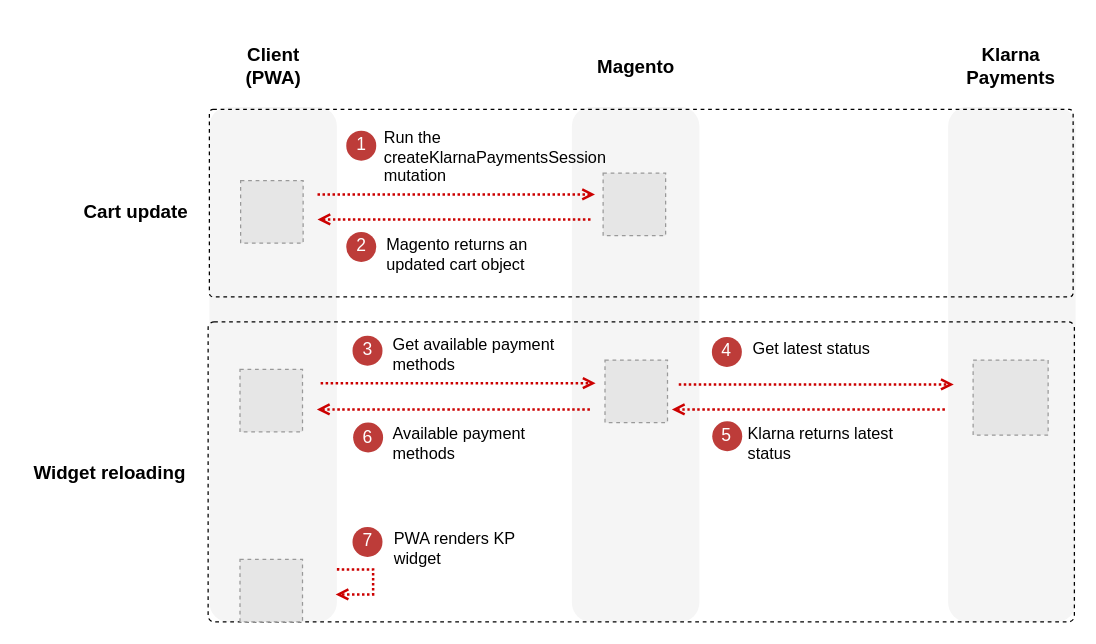
magento/devdocs keeps this draw.io diagram as src/guides/v2.4/graphql/images/klarna-payments-cart-updates.drawio. Above is the earlier version. Source tidied: cells renumbered, new cells numbered last; positions are measured from the earlier drawing's top-left corner, leaving out a move shared by most shapes. Both pictures are drawn from the tidied source at 125%, with x=0, y=0 at pixel (21, 21). Pictures stored in the file or linked from it are replaced by grey dashed boxes.
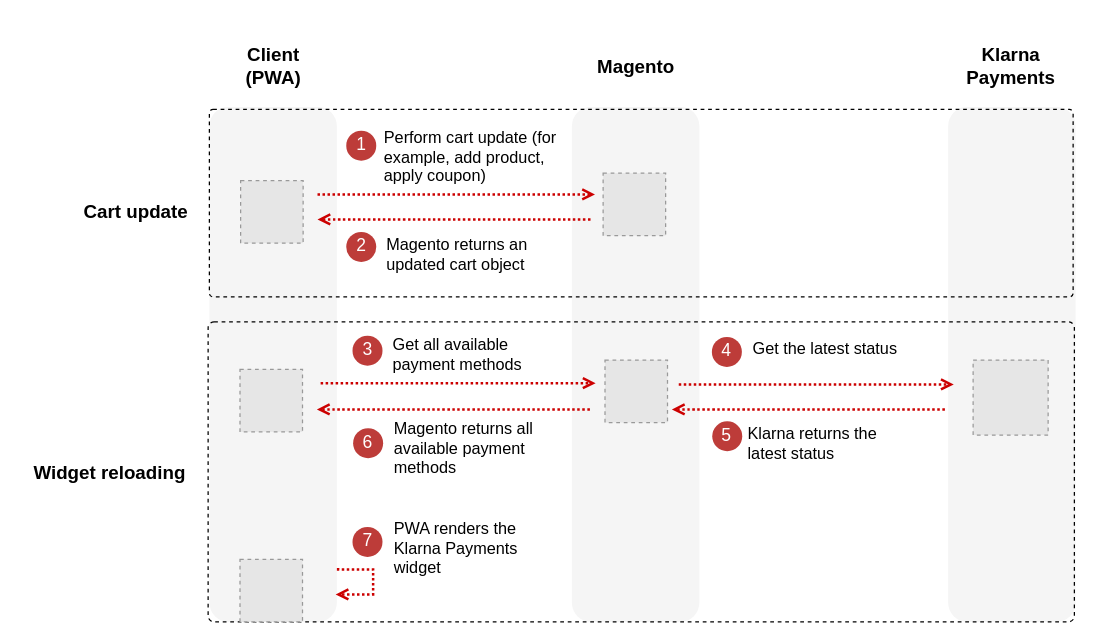
After the change.

Unchanged cells that the change refers to:
```xml
<mxCell id="8" style="group;" parent="7" vertex="1">
  <mxGeometry y="9" width="143" height="42" as="geometry" />
</mxCell>
<mxCell id="28" style="group;" parent="1" vertex="1">
  <mxGeometry x="264.5" y="245" width="171.5" height="42" as="geometry" />
</mxCell>
<mxCell id="43" style="group;" parent="1" vertex="1">
  <mxGeometry x="549" y="315.5" width="164" height="42" as="geometry" />
</mxCell>
```

What changed in the source:
```diff
@@
-    <mxCell id="10" value="&lt;p style=&quot;font-size: 13px&quot;&gt;PWA renders KP widget&lt;/p&gt;" style="text;html=1;strokeColor=none;fillColor=none;align=left;verticalAlign=middle;whiteSpace=wrap;rounded=0;fontFamily=Helvetica;fontSize=13;fontColor=#000000;spacing=0;labelPosition=center;verticalLabelPosition=middle;" parent="8" vertex="1">
+    <mxCell id="10" value="&lt;p style=&quot;font-size: 13px&quot;&gt;PWA renders the Klarna Payments&amp;nbsp; widget&lt;/p&gt;" style="text;html=1;strokeColor=none;fillColor=none;align=left;verticalAlign=middle;whiteSpace=wrap;rounded=0;fontFamily=Helvetica;fontSize=13;fontColor=#000000;spacing=0;labelPosition=center;verticalLabelPosition=middle;" parent="8" vertex="1">
       <mxGeometry x="33" width="110" height="42" as="geometry" />
     </mxCell>
@@
     <mxCell id="25" style="group;" parent="1" vertex="1">
-      <mxGeometry x="259.5" y="87" width="140" height="42" as="geometry" />
+      <mxGeometry x="259.5" y="87" width="180" height="42" as="geometry" />
     </mxCell>
-    <mxCell id="26" value="&lt;p style=&quot;font-size: 13px&quot;&gt;Run the&lt;br&gt;createKlarnaPaymentsSession mutation&lt;/p&gt;" style="text;html=1;strokeColor=none;fillColor=none;align=left;verticalAlign=middle;whiteSpace=wrap;rounded=0;fontFamily=Helvetica;fontSize=13;fontColor=#000000;spacing=0;labelPosition=center;verticalLabelPosition=middle;" parent="25" vertex="1">
-      <mxGeometry x="30" width="110" height="42" as="geometry" />
+    <mxCell id="26" value="&lt;p style=&quot;font-size: 13px&quot;&gt;Perform cart update (for example, add product, apply coupon)&lt;/p&gt;" style="text;html=1;strokeColor=none;fillColor=none;align=left;verticalAlign=middle;whiteSpace=wrap;rounded=0;fontFamily=Helvetica;fontSize=13;fontColor=#000000;spacing=0;labelPosition=center;verticalLabelPosition=middle;" parent="25" vertex="1">
+      <mxGeometry x="30" width="150" height="42" as="geometry" />
     </mxCell>
@@
-    <mxCell id="30" value="&lt;p style=&quot;font-size: 13px&quot;&gt;Get available payment methods&lt;/p&gt;" style="text;html=1;strokeColor=none;fillColor=none;align=left;verticalAlign=middle;whiteSpace=wrap;rounded=0;fontFamily=Helvetica;fontSize=13;fontColor=#000000;spacing=0;labelPosition=center;verticalLabelPosition=middle;" parent="28" vertex="1">
+    <mxCell id="30" value="&lt;p style=&quot;font-size: 13px&quot;&gt;Get all available payment methods&lt;/p&gt;" style="text;html=1;strokeColor=none;fillColor=none;align=left;verticalAlign=middle;whiteSpace=wrap;rounded=0;fontFamily=Helvetica;fontSize=13;fontColor=#000000;spacing=0;labelPosition=center;verticalLabelPosition=middle;" parent="28" vertex="1">
       <mxGeometry x="32.5" width="139" height="42" as="geometry" />
     </mxCell>
     <mxCell id="31" style="group;" parent="1" vertex="1">
-      <mxGeometry x="265" y="315.5" width="171" height="42" as="geometry" />
+      <mxGeometry x="265" y="320" width="175" height="42" as="geometry" />
     </mxCell>
@@
-    <mxCell id="33" value="&lt;p style=&quot;font-size: 13px&quot;&gt;Available payment methods&lt;/p&gt;" style="text;html=1;strokeColor=none;fillColor=none;align=left;verticalAlign=middle;whiteSpace=wrap;rounded=0;fontFamily=Helvetica;fontSize=13;fontColor=#000000;spacing=0;labelPosition=center;verticalLabelPosition=middle;" parent="31" vertex="1">
-      <mxGeometry x="32" width="139" height="42" as="geometry" />
+    <mxCell id="33" value="&lt;p style=&quot;font-size: 13px&quot;&gt;Magento returns all available payment methods&lt;/p&gt;" style="text;html=1;strokeColor=none;fillColor=none;align=left;verticalAlign=middle;whiteSpace=wrap;rounded=0;fontFamily=Helvetica;fontSize=13;fontColor=#000000;spacing=0;labelPosition=center;verticalLabelPosition=middle;" parent="31" vertex="1">
+      <mxGeometry x="32.7" width="142.3" height="42" as="geometry" />
     </mxCell>
@@
-    <mxCell id="42" value="&lt;p style=&quot;font-size: 13px&quot;&gt;Get latest status&lt;/p&gt;" style="text;html=1;strokeColor=none;fillColor=none;align=left;verticalAlign=middle;whiteSpace=wrap;rounded=0;fontFamily=Helvetica;fontSize=13;fontColor=#000000;spacing=0;labelPosition=center;verticalLabelPosition=middle;" parent="1" vertex="1">
+    <mxCell id="42" value="&lt;p style=&quot;font-size: 13px&quot;&gt;Get the latest status&lt;/p&gt;" style="text;html=1;strokeColor=none;fillColor=none;align=left;verticalAlign=middle;whiteSpace=wrap;rounded=0;fontFamily=Helvetica;fontSize=13;fontColor=#000000;spacing=0;labelPosition=center;verticalLabelPosition=middle;" parent="1" vertex="1">
       <mxGeometry x="585.4" y="240" width="139" height="42" as="geometry" />
     </mxCell>
@@
-    <mxCell id="44" value="&lt;p style=&quot;font-size: 13px&quot;&gt;Klarna returns latest status&lt;/p&gt;" style="text;html=1;strokeColor=none;fillColor=none;align=left;verticalAlign=middle;whiteSpace=wrap;rounded=0;fontFamily=Helvetica;fontSize=13;fontColor=#000000;spacing=0;labelPosition=center;verticalLabelPosition=middle;" parent="43" vertex="1">
+    <mxCell id="44" value="&lt;p style=&quot;font-size: 13px&quot;&gt;Klarna returns the latest status&lt;/p&gt;" style="text;html=1;strokeColor=none;fillColor=none;align=left;verticalAlign=middle;whiteSpace=wrap;rounded=0;fontFamily=Helvetica;fontSize=13;fontColor=#000000;spacing=0;labelPosition=center;verticalLabelPosition=middle;" parent="43" vertex="1">
       <mxGeometry x="32" width="132" height="42" as="geometry" />
     </mxCell>
```
